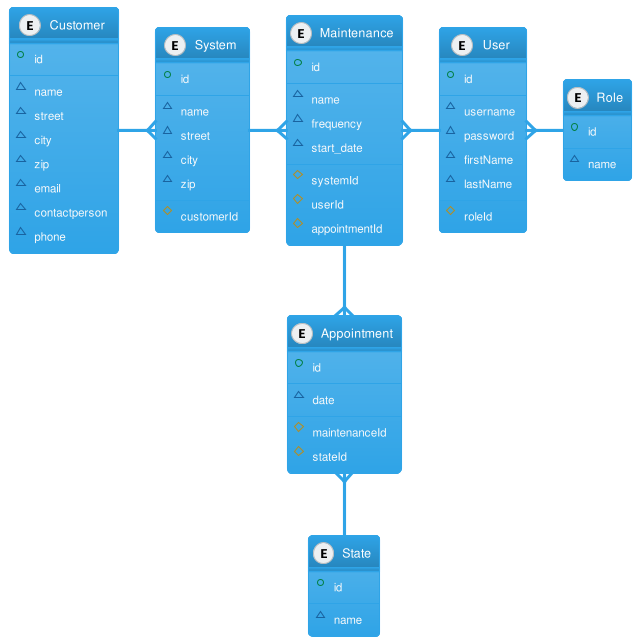
The PlantUML diagram docs/database/schema.png in Kluddizz/maintenance-server, before a commit.
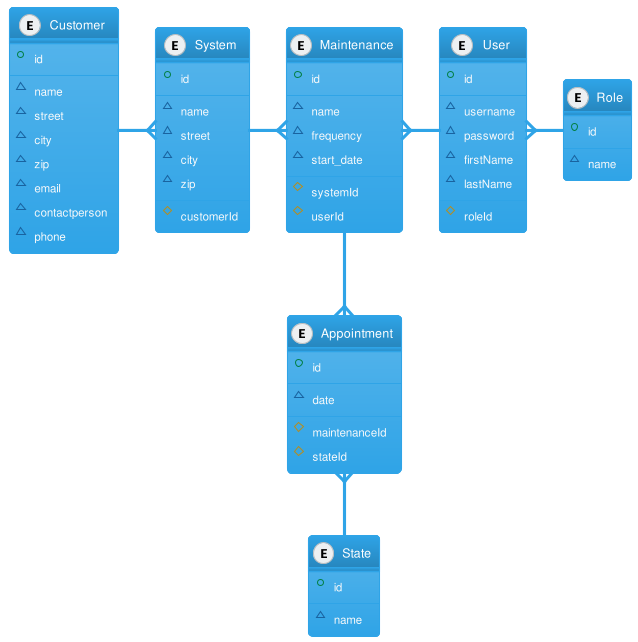
The same diagram one commit later.

The edit, as a diff of the source:
```diff
@@ -32,7 +32,6 @@
   --
   #systemId
   #userId
-  #appointmentId
 }
 
 entity Customer {
```
